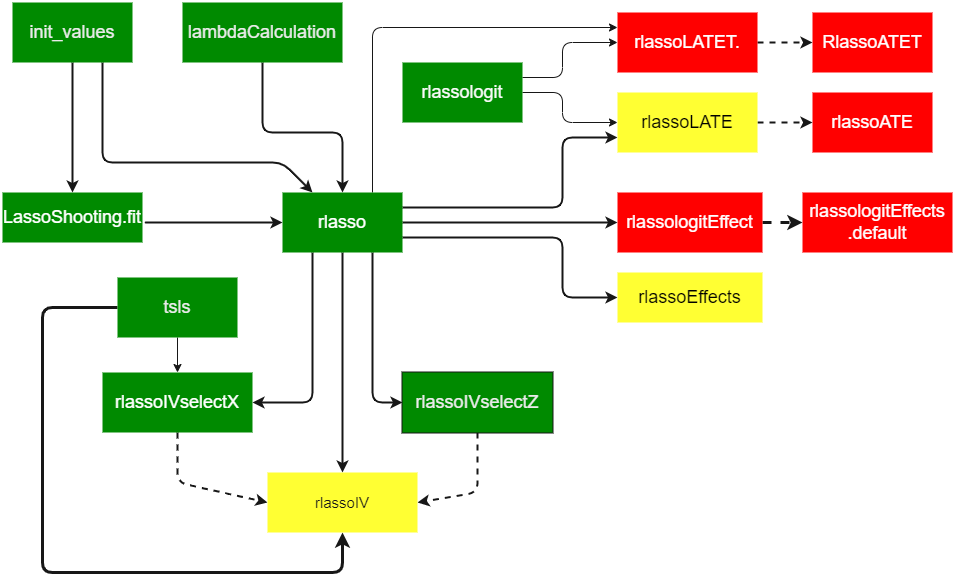
The draw.io diagram functions_hdm.png in d2cml-ai/HDMjl.jl, before a commit. Source tidied: cells renumbered, new cells last; positions are measured from the earlier drawing's top-left corner, leaving out a move shared by most shapes.
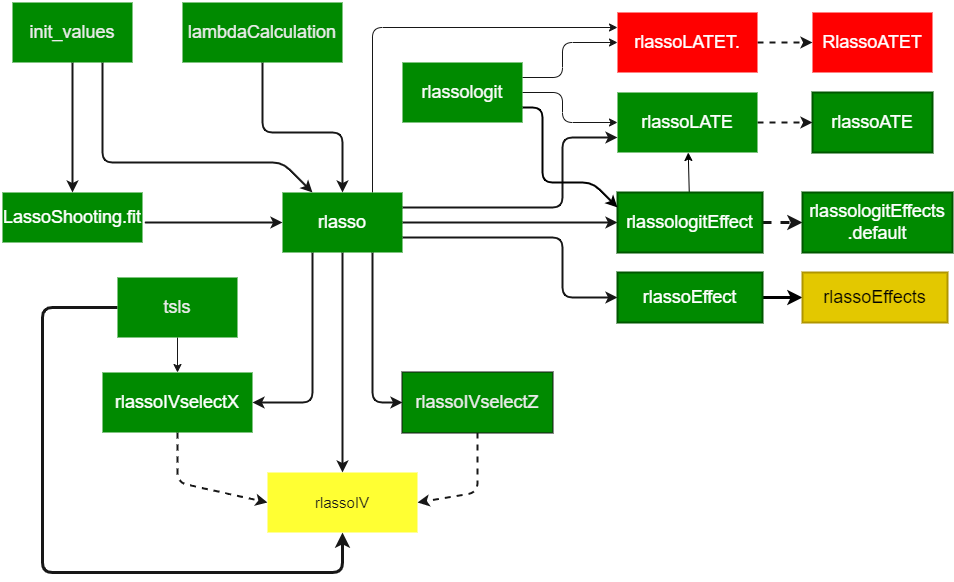
After the change.

The edit, as a diff of the source:
```diff
@@ -89,22 +89,28 @@
         </Array>
       </mxGeometry>
     </mxCell>
+    <mxCell id="39" style="edgeStyle=none;html=1;exitX=1;exitY=0.5;exitDx=0;exitDy=0;entryX=0;entryY=0.5;entryDx=0;entryDy=0;strokeWidth=3;strokeColor=#000000;" parent="1" edge="1" source="17" target="42">
+      <mxGeometry relative="1" as="geometry" />
+    </mxCell>
-    <mxCell id="17" value="rlassoEffects" style="whiteSpace=wrap;html=1;fontSize=18;strokeColor=none;strokeWidth=2;fillColor=#FFFF33;fontColor=#000000;gradientColor=none;" parent="1" vertex="1">
+    <mxCell id="17" value="rlassoEffect" style="whiteSpace=wrap;html=1;fontSize=18;strokeColor=#005700;strokeWidth=2;fillColor=#008a00;fontColor=#ffffff;" parent="1" vertex="1">
       <mxGeometry x="615" y="270" width="145" height="50" as="geometry" />
     </mxCell>
     <mxCell id="18" style="edgeStyle=none;html=1;exitX=1;exitY=0.5;exitDx=0;exitDy=0;fontColor=#FFFFFF;strokeColor=#171717;fontSize=18;strokeWidth=3;dashed=1;" parent="1" edge="1" source="19" target="30">
       <mxGeometry relative="1" as="geometry" />
     </mxCell>
+    <mxCell id="40" style="edgeStyle=none;html=1;" parent="1" edge="1" source="19" target="22">
+      <mxGeometry relative="1" as="geometry" />
+    </mxCell>
-    <mxCell id="19" value="rlassologitEffect" style="whiteSpace=wrap;html=1;fontSize=18;fontColor=#FFFFFF;strokeColor=none;strokeWidth=2;fillColor=#FF0000;gradientColor=none;gradientDirection=north;" parent="1" vertex="1">
+    <mxCell id="19" value="rlassologitEffect" style="whiteSpace=wrap;html=1;fontSize=18;fontColor=#ffffff;strokeColor=#005700;strokeWidth=2;fillColor=#008a00;gradientDirection=north;" parent="1" vertex="1">
       <mxGeometry x="615" y="190" width="145" height="60" as="geometry" />
     </mxCell>
-    <mxCell id="20" value="rlassoATE" style="whiteSpace=wrap;html=1;fontSize=18;fontColor=#FFFFFF;strokeColor=none;strokeWidth=2;fillColor=#FF0000;gradientColor=none;gradientDirection=north;" parent="1" vertex="1">
+    <mxCell id="20" value="rlassoATE" style="whiteSpace=wrap;html=1;fontSize=18;fontColor=#ffffff;strokeColor=#005700;strokeWidth=2;fillColor=#008a00;gradientDirection=north;" parent="1" vertex="1">
       <mxGeometry x="810" y="90" width="120" height="60" as="geometry" />
     </mxCell>
     <mxCell id="21" style="edgeStyle=none;rounded=0;html=1;exitX=1;exitY=0.5;exitDx=0;exitDy=0;entryX=0;entryY=0.5;entryDx=0;entryDy=0;dashed=1;strokeColor=#171717;strokeWidth=2;fontColor=#FFFFFF;fontSize=18;" parent="1" edge="1" source="22" target="20">
       <mxGeometry relative="1" as="geometry" />
     </mxCell>
-    <mxCell id="22" value="rlassoLATE" style="whiteSpace=wrap;html=1;fontSize=18;fontColor=#000000;strokeColor=none;strokeWidth=2;fillColor=#FFFF33;gradientColor=none;gradientDirection=north;" parent="1" vertex="1">
+    <mxCell id="22" value="rlassoLATE" style="whiteSpace=wrap;html=1;fontSize=18;fontColor=#ffffff;strokeColor=none;strokeWidth=2;fillColor=#008a00;gradientDirection=north;" parent="1" vertex="1">
       <mxGeometry x="615" y="90" width="140" height="60" as="geometry" />
     </mxCell>
     <mxCell id="23" style="edgeStyle=none;rounded=0;html=1;exitX=1;exitY=0.5;exitDx=0;exitDy=0;entryX=0;entryY=0.5;entryDx=0;entryDy=0;dashed=1;strokeColor=#171717;strokeWidth=2;fontColor=#FFFFFF;fontSize=18;" parent="1" edge="1" source="24" target="31">
@@ -137,7 +143,7 @@
     <mxCell id="29" value="rlassoIVselectZ" style="whiteSpace=wrap;html=1;fontSize=18;strokeWidth=2;gradientDirection=north;fillColor=#008a00;fontColor=#191919;strokeColor=#171717;" parent="1" vertex="1">
       <mxGeometry x="400" y="370" width="150" height="60" as="geometry" />
     </mxCell>
-    <mxCell id="30" value="&lt;span class=&quot;pl-en&quot; style=&quot;font-size: 18px&quot;&gt;rlassologitEffects&lt;br&gt;.default&lt;/span&gt;" style="whiteSpace=wrap;html=1;strokeColor=none;strokeWidth=2;fillColor=#FF0000;fontColor=#FFFFFF;gradientColor=none;fontSize=18;" parent="1" vertex="1">
+    <mxCell id="30" value="&lt;span class=&quot;pl-en&quot; style=&quot;font-size: 18px&quot;&gt;rlassologitEffects&lt;br&gt;.default&lt;/span&gt;" style="whiteSpace=wrap;html=1;strokeColor=#005700;strokeWidth=2;fillColor=#008a00;fontColor=#ffffff;fontSize=18;" parent="1" vertex="1">
       <mxGeometry x="800" y="190" width="150" height="60" as="geometry" />
     </mxCell>
     <mxCell id="31" value="RlassoATET" style="whiteSpace=wrap;html=1;strokeColor=none;strokeWidth=2;fillColor=#FF0000;fontColor=#FFFFFF;gradientColor=none;fontSize=18;" parent="1" vertex="1">
@@ -171,8 +177,20 @@
         </Array>
       </mxGeometry>
     </mxCell>
+    <mxCell id="41" style="edgeStyle=none;html=1;exitX=1;exitY=0.75;exitDx=0;exitDy=0;entryX=0;entryY=0.25;entryDx=0;entryDy=0;strokeColor=#000000;strokeWidth=2;" parent="1" edge="1" source="38" target="19">
+      <mxGeometry relative="1" as="geometry">
+        <Array as="points">
+          <mxPoint x="540" y="105" />
+          <mxPoint x="540" y="180" />
+          <mxPoint x="590" y="180" />
+        </Array>
+      </mxGeometry>
+    </mxCell>
     <mxCell id="38" value="rlassologit" style="whiteSpace=wrap;html=1;fontSize=18;fontColor=#FAFAFA;strokeColor=none;strokeWidth=2;fillColor=#008a00;gradientColor=none;gradientDirection=north;labelBackgroundColor=none;" parent="1" vertex="1">
       <mxGeometry x="400" y="60" width="120" height="60" as="geometry" />
     </mxCell>
+    <mxCell id="42" value="rlassoEffects" style="whiteSpace=wrap;html=1;fontSize=18;strokeColor=#B09500;strokeWidth=2;fillColor=#e3c800;fontColor=#000000;" parent="1" vertex="1">
+      <mxGeometry x="800" y="270" width="145" height="50" as="geometry" />
+    </mxCell>
   </root>
 </mxGraphModel>
```
